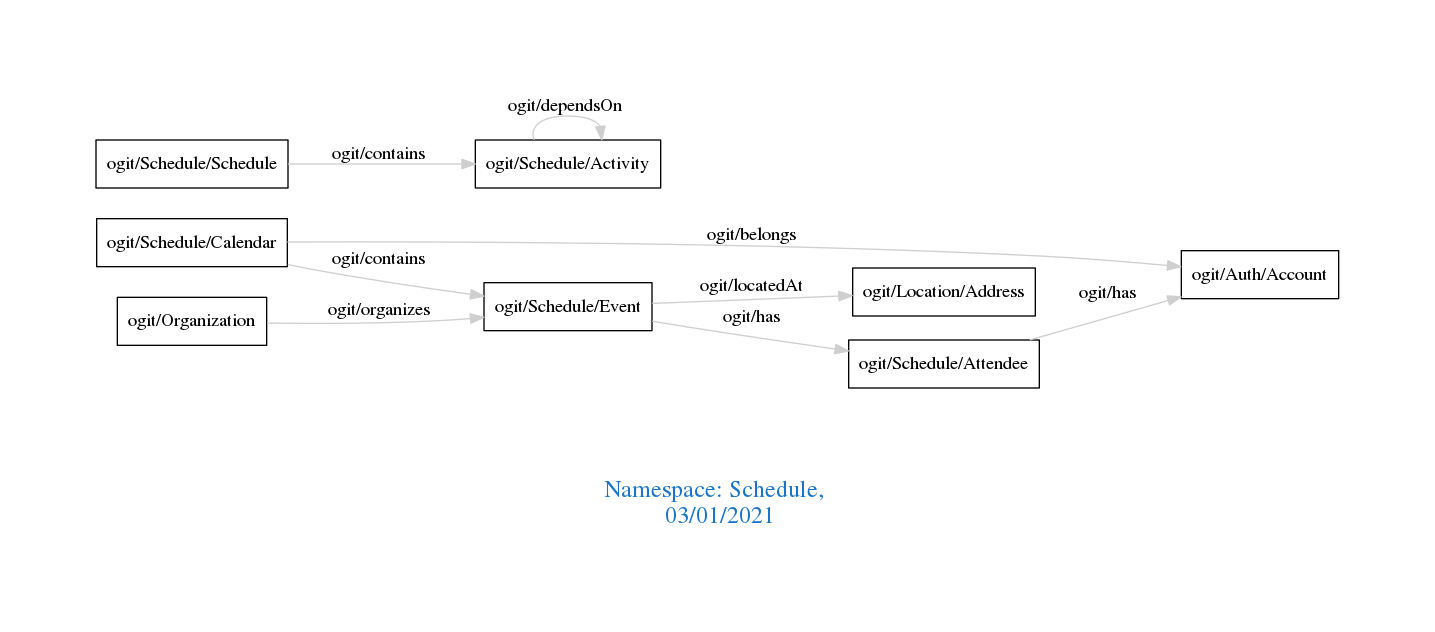
arago/OGIT keeps this Graphviz diagram as downloads/Schedule.png. Above is the earlier version. Its source is kept beside it as downloads/Schedule.dot.
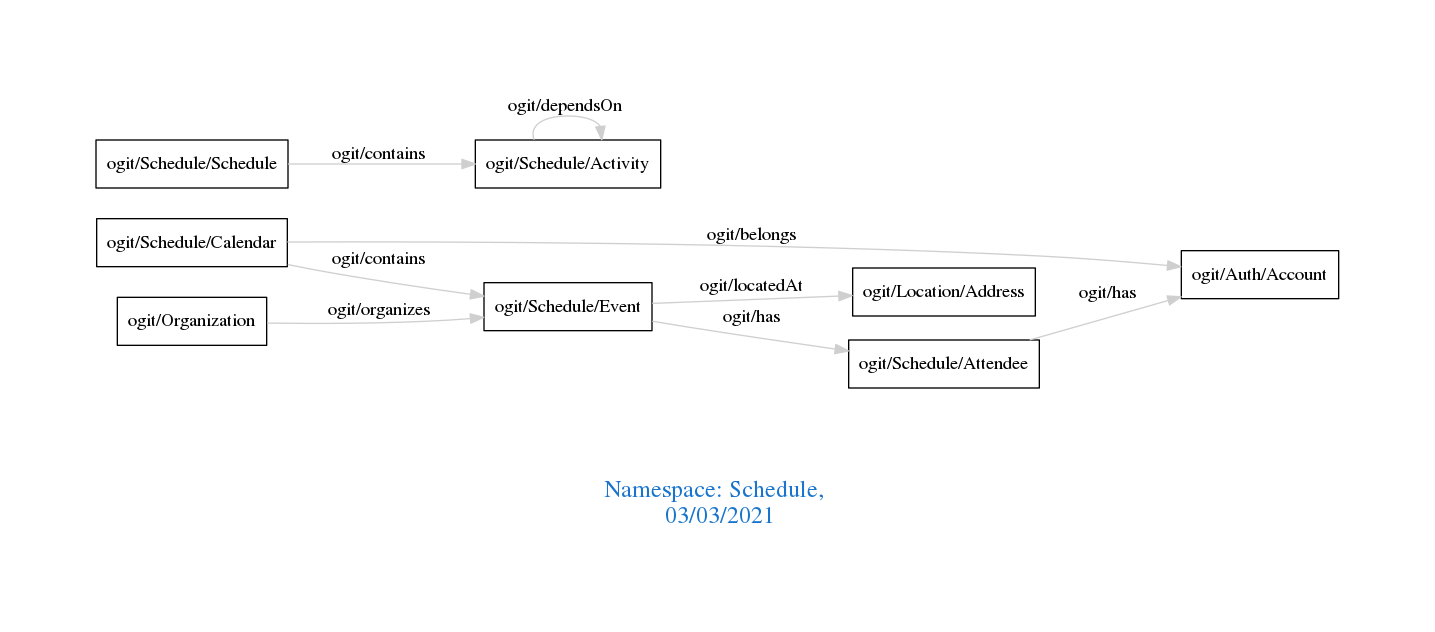
Above is the later version.

The edit, as a diff of the source:
```diff
@@ -1,7 +1,7 @@
 digraph OGIT_ontology {
  graph [ rankdir= LR,pad=1
 fontsize = 18,
-fontcolor= dodgerblue3,label = "\n\n\nNamespace: Schedule, \n 03/01/2021"];
+fontcolor= dodgerblue3,label = "\n\n\nNamespace: Schedule, \n 03/03/2021"];
 node[shape=polygon];
 edge [  color="gray81"];
 
```
